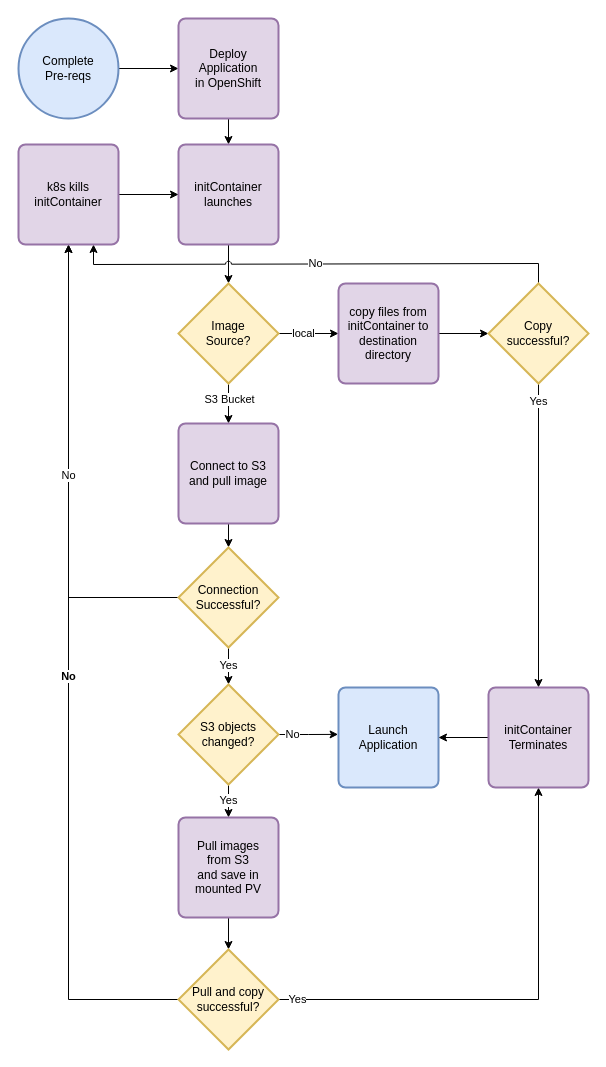
The draw.io diagram diagrams/flowchart.drawio in worsco/ocp4-exp01-initcont, before the edit. Source tidied: cells renumbered, new cells numbered last; positions are measured from the earlier drawing's top-left corner, leaving out a move shared by most shapes. Both pictures are drawn from the tidied source at 100%, with x=0, y=0 at pixel (18, 18).
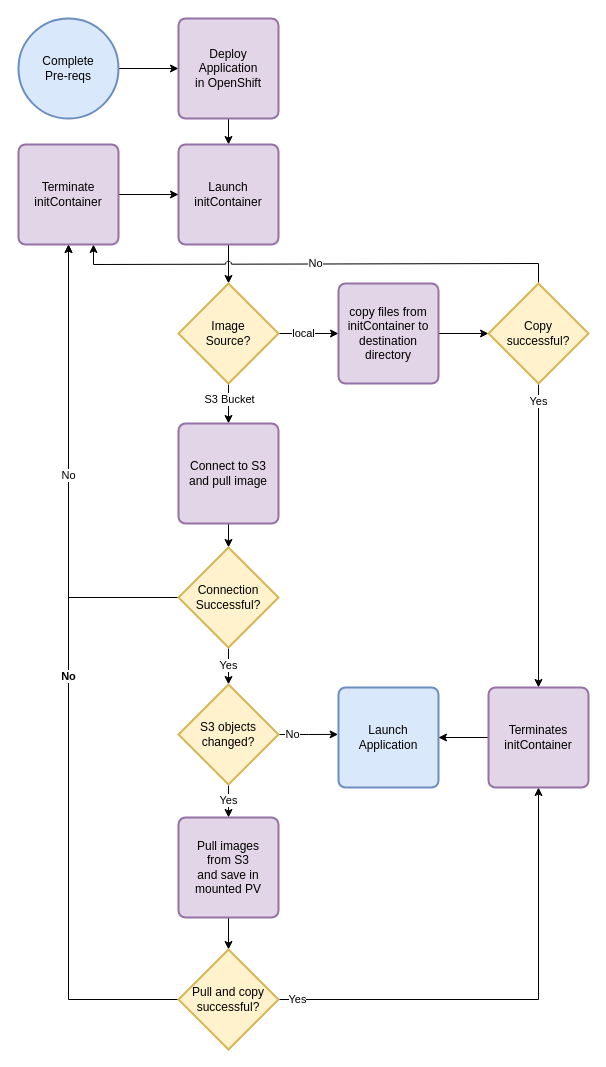
Above is the later version.

Change to the diagram source:
```diff
@@
-    <mxCell id="8" value="initContainer&lt;br&gt;launches" style="rounded=1;whiteSpace=wrap;html=1;absoluteArcSize=1;arcSize=14;strokeWidth=2;fillColor=#e1d5e7;strokeColor=#9673a6;" parent="1" vertex="1">
+    <mxCell id="8" value="Launch&lt;br&gt;initContainer" style="rounded=1;whiteSpace=wrap;html=1;absoluteArcSize=1;arcSize=14;strokeWidth=2;fillColor=#e1d5e7;strokeColor=#9673a6;" parent="1" vertex="1">
       <mxGeometry x="160" y="126" width="100" height="100" as="geometry" />
     </mxCell>
@@
-    <mxCell id="32" value="k8s kills&lt;br&gt;initContainer" style="rounded=1;whiteSpace=wrap;html=1;absoluteArcSize=1;arcSize=14;strokeWidth=2;fillColor=#e1d5e7;strokeColor=#9673a6;" parent="1" vertex="1">
+    <mxCell id="32" value="Terminate&lt;br&gt;initContainer" style="rounded=1;whiteSpace=wrap;html=1;absoluteArcSize=1;arcSize=14;strokeWidth=2;fillColor=#e1d5e7;strokeColor=#9673a6;" parent="1" vertex="1">
       <mxGeometry y="126" width="100" height="100" as="geometry" />
     </mxCell>
@@
-    <mxCell id="34" value="initContainer&lt;br&gt;Terminates" style="rounded=1;whiteSpace=wrap;html=1;absoluteArcSize=1;arcSize=14;strokeWidth=2;fillColor=#e1d5e7;strokeColor=#9673a6;" parent="1" vertex="1">
+    <mxCell id="34" value="Terminates&lt;br&gt;initContainer&lt;br&gt;" style="rounded=1;whiteSpace=wrap;html=1;absoluteArcSize=1;arcSize=14;strokeWidth=2;fillColor=#e1d5e7;strokeColor=#9673a6;" parent="1" vertex="1">
       <mxGeometry x="470" y="669" width="100" height="100" as="geometry" />
     </mxCell>
```
